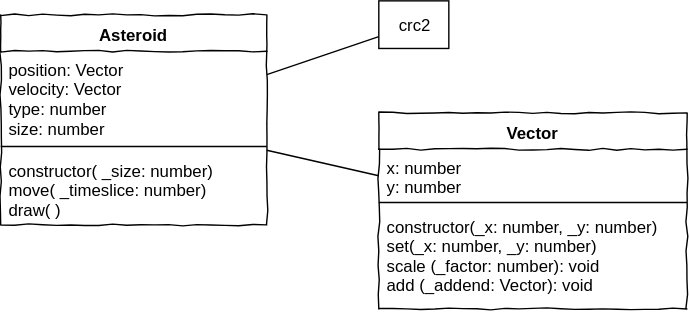
Above: L09_Classes/Material/draw.io/Asteroids_ClassDiagram.svg in JirkaDellOro/EIA2-Inverted (draw.io), before the change. Source tidied: cells renumbered, new cells last; positions are measured from the earlier drawing's top-left corner, leaving out a move shared by most shapes. The source it was exported from:
```xml
<mxGraphModel>
  <root>
    <mxCell id="0" />
    <mxCell id="1" parent="0" />
    <mxCell id="2" style="rounded=0;jettySize=auto;html=1;endArrow=none;endFill=0;" parent="1" edge="1" source="4" target="8">
      <mxGeometry relative="1" as="geometry" />
    </mxCell>
    <mxCell id="3" style="edgeStyle=none;rounded=0;jettySize=auto;html=1;endArrow=none;endFill=0;" parent="1" edge="1" source="4" target="12">
      <mxGeometry relative="1" as="geometry" />
    </mxCell>
    <mxCell id="4" value="Asteroid" style="swimlane;fontStyle=1;align=center;verticalAlign=top;horizontal=1;startSize=26;rounded=0;shadow=0;comic=1;strokeWidth=1;" parent="1" vertex="1">
      <mxGeometry y="10" width="190" height="150" as="geometry" />
    </mxCell>
    <mxCell id="5" value="position: Vector&#10;velocity: Vector&#10;type: number&#10;size: number" style="text;strokeColor=none;fillColor=none;align=left;verticalAlign=top;spacingLeft=4;spacingRight=4;overflow=hidden;" parent="4" vertex="1">
      <mxGeometry y="26" width="190" height="64" as="geometry" />
    </mxCell>
    <mxCell id="6" style="line;strokeWidth=1;fillColor=none;align=left;verticalAlign=middle;spacingTop=-1;spacingLeft=3;spacingRight=3;labelPosition=right;" parent="4" vertex="1">
      <mxGeometry y="90" width="190" height="8" as="geometry" />
    </mxCell>
    <mxCell id="7" value="constructor( _size: number)&#10;move( _timeslice: number)&#10;draw( )" style="text;strokeColor=none;fillColor=none;align=left;verticalAlign=top;spacingLeft=4;spacingRight=4;overflow=hidden;" parent="4" vertex="1">
      <mxGeometry y="98" width="190" height="52" as="geometry" />
    </mxCell>
    <mxCell id="8" value="Vector" style="swimlane;fontStyle=1;align=center;verticalAlign=top;horizontal=1;startSize=26;rounded=0;shadow=0;comic=1;strokeWidth=1;" parent="1" vertex="1">
      <mxGeometry x="270" y="80" width="220" height="140" as="geometry" />
    </mxCell>
    <mxCell id="9" value="x: number&#10;y: number" style="text;strokeColor=none;fillColor=none;align=left;verticalAlign=top;spacingLeft=4;spacingRight=4;overflow=hidden;" parent="8" vertex="1">
      <mxGeometry y="26" width="220" height="34" as="geometry" />
    </mxCell>
    <mxCell id="10" style="line;strokeWidth=1;fillColor=none;align=left;verticalAlign=middle;spacingTop=-1;spacingLeft=3;spacingRight=3;labelPosition=right;" parent="8" vertex="1">
      <mxGeometry y="60" width="220" height="8" as="geometry" />
    </mxCell>
    <mxCell id="11" value="constructor(_x: number, _y: number)&#10;set(_x: number, _y: number)&#10;scale (_factor: number): void&#10;add (_addend: Vector): void" style="text;strokeColor=none;fillColor=none;align=left;verticalAlign=top;spacingLeft=4;spacingRight=4;overflow=hidden;" parent="8" vertex="1">
      <mxGeometry y="68" width="220" height="72" as="geometry" />
    </mxCell>
    <mxCell id="12" value="crc2" style="rounded=0;whiteSpace=wrap;html=1;" parent="1" vertex="1">
      <mxGeometry x="270" width="50" height="34" as="geometry" />
    </mxCell>
  </root>
</mxGraphModel>
```
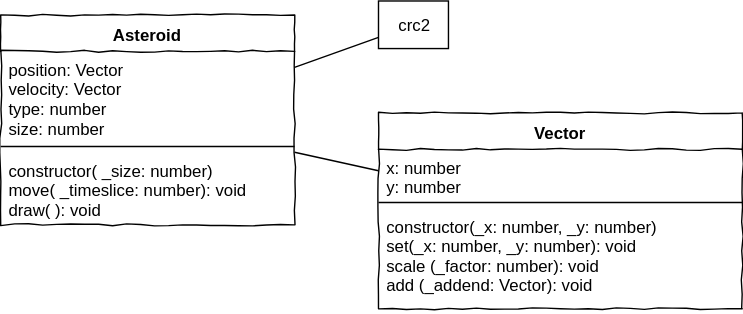
Above is the later version.

The edit, as a diff of the source:
```diff
@@ -9,28 +9,28 @@
       <mxGeometry relative="1" as="geometry" />
     </mxCell>
     <mxCell id="4" value="Asteroid" style="swimlane;fontStyle=1;align=center;verticalAlign=top;horizontal=1;startSize=26;rounded=0;shadow=0;comic=1;strokeWidth=1;" parent="1" vertex="1">
-      <mxGeometry y="10" width="190" height="150" as="geometry" />
+      <mxGeometry y="10" width="210" height="150" as="geometry" />
     </mxCell>
     <mxCell id="5" value="position: Vector&#10;velocity: Vector&#10;type: number&#10;size: number" style="text;strokeColor=none;fillColor=none;align=left;verticalAlign=top;spacingLeft=4;spacingRight=4;overflow=hidden;" parent="4" vertex="1">
-      <mxGeometry y="26" width="190" height="64" as="geometry" />
+      <mxGeometry y="26" width="210" height="64" as="geometry" />
     </mxCell>
     <mxCell id="6" style="line;strokeWidth=1;fillColor=none;align=left;verticalAlign=middle;spacingTop=-1;spacingLeft=3;spacingRight=3;labelPosition=right;" parent="4" vertex="1">
-      <mxGeometry y="90" width="190" height="8" as="geometry" />
+      <mxGeometry y="90" width="210" height="8" as="geometry" />
     </mxCell>
-    <mxCell id="7" value="constructor( _size: number)&#10;move( _timeslice: number)&#10;draw( )" style="text;strokeColor=none;fillColor=none;align=left;verticalAlign=top;spacingLeft=4;spacingRight=4;overflow=hidden;" parent="4" vertex="1">
-      <mxGeometry y="98" width="190" height="52" as="geometry" />
+    <mxCell id="7" value="constructor( _size: number)&#10;move( _timeslice: number): void&#10;draw( ): void" style="text;strokeColor=none;fillColor=none;align=left;verticalAlign=top;spacingLeft=4;spacingRight=4;overflow=hidden;" parent="4" vertex="1">
+      <mxGeometry y="98" width="210" height="52" as="geometry" />
     </mxCell>
     <mxCell id="8" value="Vector" style="swimlane;fontStyle=1;align=center;verticalAlign=top;horizontal=1;startSize=26;rounded=0;shadow=0;comic=1;strokeWidth=1;" parent="1" vertex="1">
-      <mxGeometry x="270" y="80" width="220" height="140" as="geometry" />
+      <mxGeometry x="270" y="80" width="260" height="140" as="geometry" />
     </mxCell>
     <mxCell id="9" value="x: number&#10;y: number" style="text;strokeColor=none;fillColor=none;align=left;verticalAlign=top;spacingLeft=4;spacingRight=4;overflow=hidden;" parent="8" vertex="1">
-      <mxGeometry y="26" width="220" height="34" as="geometry" />
+      <mxGeometry y="26" width="260" height="34" as="geometry" />
     </mxCell>
     <mxCell id="10" style="line;strokeWidth=1;fillColor=none;align=left;verticalAlign=middle;spacingTop=-1;spacingLeft=3;spacingRight=3;labelPosition=right;" parent="8" vertex="1">
-      <mxGeometry y="60" width="220" height="8" as="geometry" />
+      <mxGeometry y="60" width="260" height="8" as="geometry" />
     </mxCell>
-    <mxCell id="11" value="constructor(_x: number, _y: number)&#10;set(_x: number, _y: number)&#10;scale (_factor: number): void&#10;add (_addend: Vector): void" style="text;strokeColor=none;fillColor=none;align=left;verticalAlign=top;spacingLeft=4;spacingRight=4;overflow=hidden;" parent="8" vertex="1">
-      <mxGeometry y="68" width="220" height="72" as="geometry" />
+    <mxCell id="11" value="constructor(_x: number, _y: number)&#10;set(_x: number, _y: number): void&#10;scale (_factor: number): void&#10;add (_addend: Vector): void" style="text;strokeColor=none;fillColor=none;align=left;verticalAlign=top;spacingLeft=4;spacingRight=4;overflow=hidden;" parent="8" vertex="1">
+      <mxGeometry y="68" width="260" height="72" as="geometry" />
     </mxCell>
     <mxCell id="12" value="crc2" style="rounded=0;whiteSpace=wrap;html=1;" parent="1" vertex="1">
       <mxGeometry x="270" width="50" height="34" as="geometry" />
```
